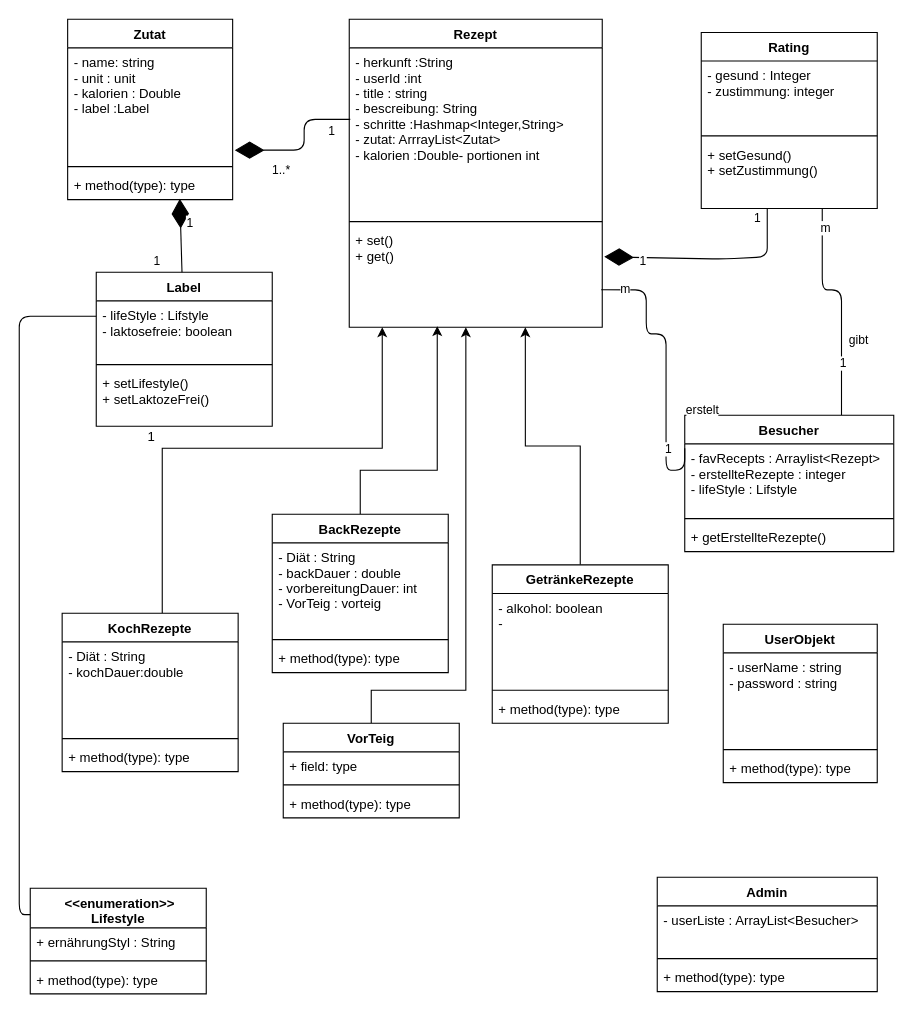
Earlier version of the draw.io diagram Untitled Diagram.drawio (anas90zh/blue-Avocado). Source tidied: cells renumbered, new cells numbered last; positions are measured from the earlier drawing's top-left corner, leaving out a move shared by most shapes. Both pictures are drawn from the tidied source at 110%, with x=0, y=0 at pixel (19, 19).
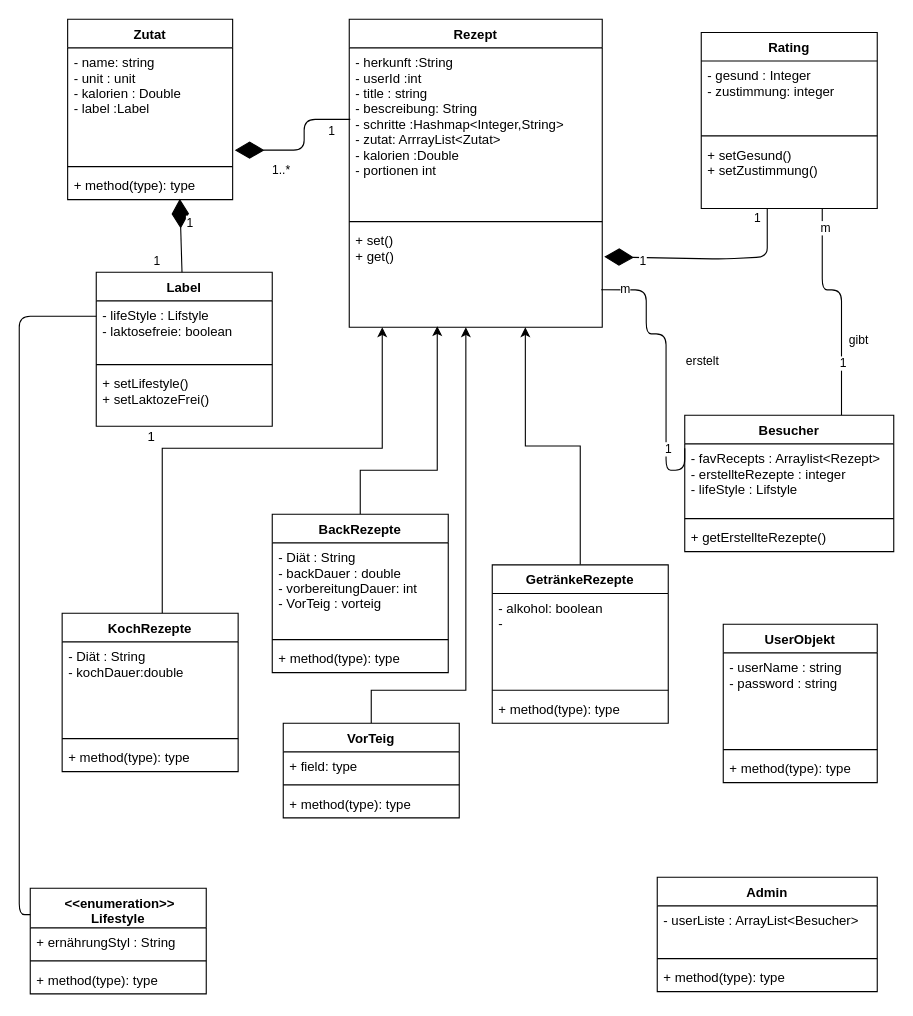
The same diagram, later.

The change refers to these unchanged cells:
```xml
<mxCell id="6" value="Rezept" style="swimlane;fontStyle=1;align=center;verticalAlign=top;horizontal=1;startSize=26;" parent="1" vertex="1">
  <mxGeometry x="300" width="230" height="280" as="geometry" />
</mxCell>
<mxCell id="69" style="endArrow=none;html=1;edgeStyle=orthogonalEdgeStyle;entryX=0.996;entryY=0.63;entryDx=0;entryDy=0;entryPerimeter=0;" parent="1" edge="1" target="9">
  <mxGeometry relative="1" as="geometry">
    <mxPoint x="605" y="390" as="sourcePoint" />
    <Array as="points">
      <mxPoint x="605" y="410" />
      <mxPoint x="588" y="410" />
      <mxPoint x="588" y="286" />
      <mxPoint x="570" y="286" />
      <mxPoint x="570" y="246" />
    </Array>
  </mxGeometry>
</mxCell>
```

Diff of the diagram source:
```diff
@@
-    <mxCell id="7" value="- herkunft :String&#10;- userId :int&#10;- title : string&#10;- bescreibung: String&#10;- schritte :Hashmap&lt;Integer,String&gt;&#10; - zutat: ArrrayList&lt;Zutat&gt;&#10;- kalorien :Double- portionen int&#10;&#10;&#10;&#10;&#10;&#10;&#10;&#10;&#10;&#10;&#10;" style="text;strokeColor=none;fillColor=none;align=left;verticalAlign=top;spacingLeft=4;spacingRight=4;overflow=hidden;points=[[0,0.5],[1,0.5]];portConstraint=eastwest;" parent="6" vertex="1">
+    <mxCell id="7" value="- herkunft :String&#10;- userId :int&#10;- title : string&#10;- bescreibung: String&#10;- schritte :Hashmap&lt;Integer,String&gt;&#10; - zutat: ArrrayList&lt;Zutat&gt;&#10;- kalorien :Double&#10;- portionen int&#10;&#10;&#10;&#10;&#10;&#10;&#10;&#10;&#10;&#10;&#10;" style="text;strokeColor=none;fillColor=none;align=left;verticalAlign=top;spacingLeft=4;spacingRight=4;overflow=hidden;points=[[0,0.5],[1,0.5]];portConstraint=eastwest;" parent="6" vertex="1">
       <mxGeometry y="26" width="230" height="154" as="geometry" />
     </mxCell>
@@
     <mxCell id="70" value="erstelt" style="edgeLabel;html=1;align=center;verticalAlign=middle;" parent="69" vertex="1">
       <mxGeometry x="-0.7" y="2" relative="1" as="geometry">
-        <mxPoint x="34" y="-54" as="offset" />
+        <mxPoint x="34" y="-98" as="offset" />
       </mxGeometry>
     </mxCell>
```
